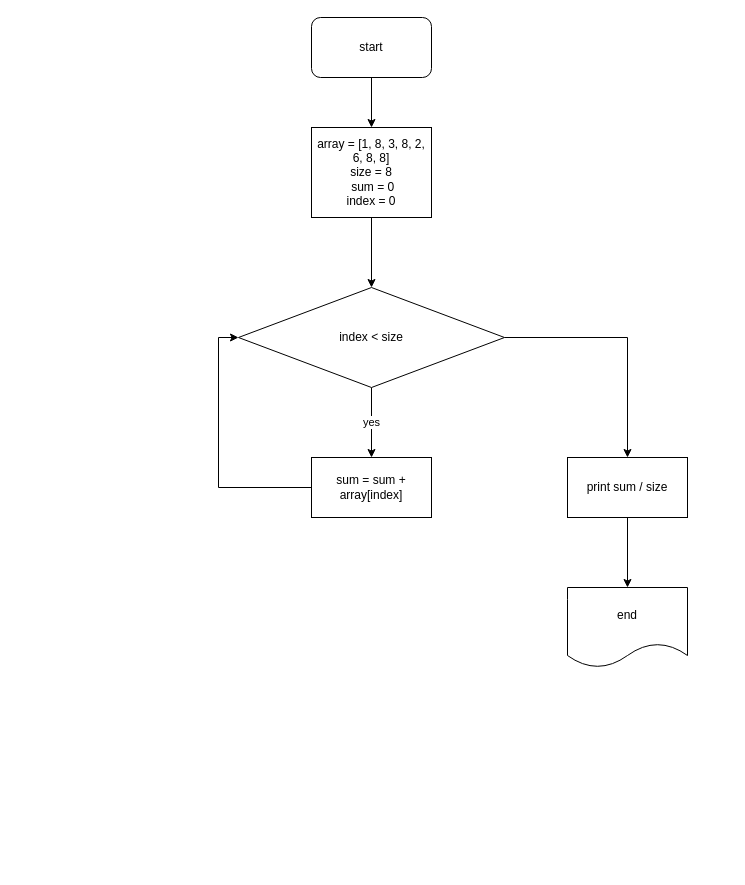
The draw.io diagram Диаграмма без названия.drawio in TheGreatKapybara/chat-gpt-bot, before the edit. Source tidied: cells renumbered, new cells numbered last; positions are measured from the earlier drawing's top-left corner, leaving out a move shared by most shapes. Both pictures are drawn from the tidied source at 100%, with x=0, y=0 at pixel (218, 17).
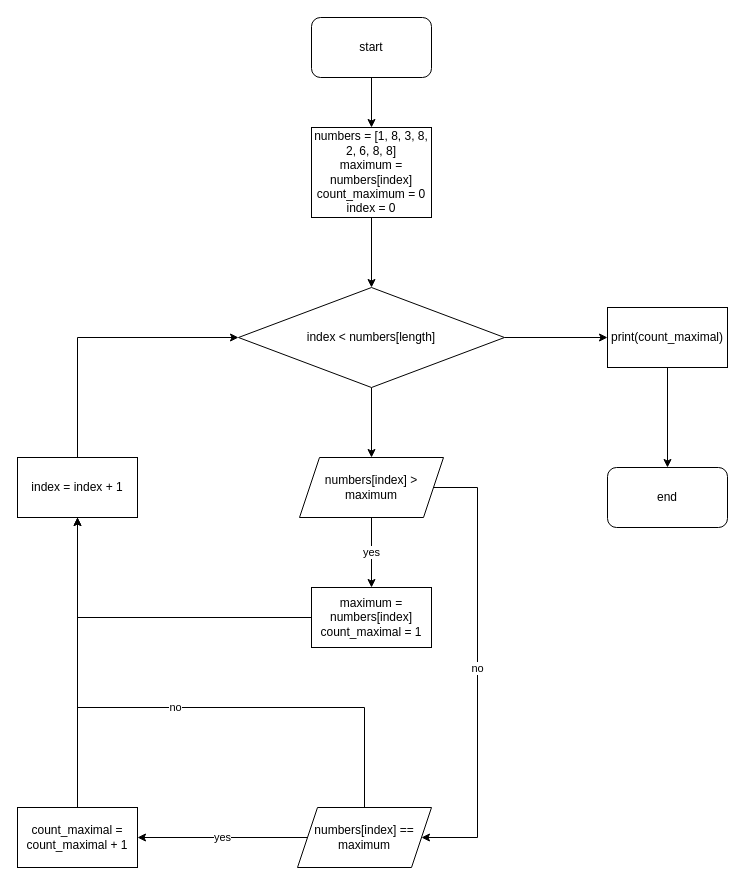
The same diagram, later.

The edit, as a diff of the source:
```diff
@@
-    <mxCell id="5" value="array =&amp;nbsp;[1, 8, 3, 8, 2, 6, 8, 8]&lt;br&gt;size = 8&lt;br&gt;&amp;nbsp;sum = 0&lt;br&gt;index = 0" style="rounded=0;whiteSpace=wrap;html=1;" parent="1" vertex="1">
+    <mxCell id="5" value="numbers =&amp;nbsp;[1, 8, 3, 8, 2, 6, 8, 8]&lt;br&gt;maximum = numbers[index]&lt;br&gt;count_maximum = 0&lt;br&gt;index = 0" style="rounded=0;whiteSpace=wrap;html=1;" parent="1" vertex="1">
       <mxGeometry x="93" y="110" width="120" height="90" as="geometry" />
     </mxCell>
-    <mxCell id="6" value="yes" style="edgeStyle=orthogonalEdgeStyle;rounded=0;jettySize=auto;html=1;" parent="1" edge="1" source="8" target="10">
-      <mxGeometry relative="1" as="geometry" />
-    </mxCell>
-    <mxCell id="7" style="edgeStyle=orthogonalEdgeStyle;rounded=0;jettySize=auto;html=1;" parent="1" edge="1" source="8" target="12">
-      <mxGeometry relative="1" as="geometry" />
-    </mxCell>
+    <mxCell id="14" style="edgeStyle=orthogonalEdgeStyle;rounded=0;jettySize=auto;html=1;entryX=0.5;entryY=0;entryDx=0;entryDy=0;" parent="1" edge="1" source="8" target="18">
+      <mxGeometry relative="1" as="geometry" />
+    </mxCell>
+    <mxCell id="15" style="edgeStyle=orthogonalEdgeStyle;rounded=0;jettySize=auto;html=1;entryX=0;entryY=0.5;entryDx=0;entryDy=0;" parent="1" edge="1" source="8" target="28">
+      <mxGeometry relative="1" as="geometry" />
+    </mxCell>
-    <mxCell id="8" value="index &amp;lt; size" style="rhombus;whiteSpace=wrap;html=1;" parent="1" vertex="1">
+    <mxCell id="8" value="index &amp;lt; numbers[length]" style="rhombus;whiteSpace=wrap;html=1;" parent="1" vertex="1">
       <mxGeometry x="20" y="270" width="266" height="100" as="geometry" />
     </mxCell>
-    <mxCell id="9" style="edgeStyle=orthogonalEdgeStyle;rounded=0;jettySize=auto;html=1;entryX=0;entryY=0.5;entryDx=0;entryDy=0;" parent="1" edge="1" source="10" target="8">
-      <mxGeometry relative="1" as="geometry">
-        <Array as="points">
-          <mxPoint y="470" />
-          <mxPoint y="320" />
-        </Array>
-      </mxGeometry>
-    </mxCell>
-    <mxCell id="10" value="sum = sum + array[index]" style="rounded=0;whiteSpace=wrap;html=1;" parent="1" vertex="1">
-      <mxGeometry x="93" y="440" width="120" height="60" as="geometry" />
-    </mxCell>
-    <mxCell id="11" style="edgeStyle=orthogonalEdgeStyle;rounded=0;jettySize=auto;html=1;" parent="1" edge="1" source="12" target="13">
-      <mxGeometry relative="1" as="geometry" />
-    </mxCell>
-    <mxCell id="12" value="print sum / size" style="rounded=0;whiteSpace=wrap;html=1;" parent="1" vertex="1">
-      <mxGeometry x="349" y="440" width="120" height="60" as="geometry" />
-    </mxCell>
+    <mxCell id="16" value="yes" style="edgeStyle=orthogonalEdgeStyle;rounded=0;jettySize=auto;html=1;entryX=0.5;entryY=0;entryDx=0;entryDy=0;" parent="1" edge="1" source="18" target="20">
+      <mxGeometry relative="1" as="geometry" />
+    </mxCell>
+    <mxCell id="17" value="no" style="edgeStyle=orthogonalEdgeStyle;rounded=0;jettySize=auto;html=1;" parent="1" edge="1" source="18" target="23">
+      <mxGeometry relative="1" as="geometry">
+        <Array as="points">
+          <mxPoint x="259" y="470" />
+          <mxPoint x="259" y="820" />
+        </Array>
+      </mxGeometry>
+    </mxCell>
+    <mxCell id="18" value="numbers[index] &amp;gt; maximum" style="shape=parallelogram;perimeter=parallelogramPerimeter;whiteSpace=wrap;html=1;fixedSize=1;" parent="1" vertex="1">
+      <mxGeometry x="81" y="440" width="144" height="60" as="geometry" />
+    </mxCell>
+    <mxCell id="19" style="edgeStyle=orthogonalEdgeStyle;rounded=0;jettySize=auto;html=1;entryX=0;entryY=0.5;entryDx=0;entryDy=0;" parent="1" edge="1" source="20" target="8">
+      <mxGeometry relative="1" as="geometry">
+        <Array as="points">
+          <mxPoint x="-141" y="600" />
+          <mxPoint x="-141" y="320" />
+        </Array>
+      </mxGeometry>
+    </mxCell>
+    <mxCell id="20" value="maximum = numbers[index]&lt;br&gt;count_maximal = 1" style="rounded=0;whiteSpace=wrap;html=1;" parent="1" vertex="1">
+      <mxGeometry x="93" y="570" width="120" height="60" as="geometry" />
+    </mxCell>
+    <mxCell id="21" value="yes" style="edgeStyle=orthogonalEdgeStyle;rounded=0;jettySize=auto;html=1;entryX=1;entryY=0.5;entryDx=0;entryDy=0;" parent="1" edge="1" source="23" target="25">
+      <mxGeometry relative="1" as="geometry" />
+    </mxCell>
+    <mxCell id="22" value="no" style="edgeStyle=orthogonalEdgeStyle;rounded=0;jettySize=auto;html=1;" parent="1" edge="1" source="23" target="26">
+      <mxGeometry relative="1" as="geometry">
+        <Array as="points">
+          <mxPoint x="146" y="690" />
+          <mxPoint x="-141" y="690" />
+        </Array>
+      </mxGeometry>
+    </mxCell>
+    <mxCell id="23" value="numbers[index] == maximum" style="shape=parallelogram;perimeter=parallelogramPerimeter;whiteSpace=wrap;html=1;fixedSize=1;" parent="1" vertex="1">
+      <mxGeometry x="79" y="790" width="134" height="60" as="geometry" />
+    </mxCell>
+    <mxCell id="24" style="edgeStyle=orthogonalEdgeStyle;rounded=0;jettySize=auto;html=1;" parent="1" edge="1" source="25" target="26">
+      <mxGeometry relative="1" as="geometry" />
+    </mxCell>
+    <mxCell id="25" value="count_maximal = count_maximal + 1" style="rounded=0;whiteSpace=wrap;html=1;" parent="1" vertex="1">
+      <mxGeometry x="-201" y="790" width="120" height="60" as="geometry" />
+    </mxCell>
+    <mxCell id="26" value="index = index + 1" style="rounded=0;whiteSpace=wrap;html=1;" parent="1" vertex="1">
+      <mxGeometry x="-201" y="440" width="120" height="60" as="geometry" />
+    </mxCell>
+    <mxCell id="27" style="edgeStyle=orthogonalEdgeStyle;rounded=0;jettySize=auto;html=1;" parent="1" edge="1" source="28" target="13">
+      <mxGeometry relative="1" as="geometry" />
+    </mxCell>
+    <mxCell id="28" value="print(count_maximal)" style="rounded=0;whiteSpace=wrap;html=1;" parent="1" vertex="1">
+      <mxGeometry x="389" y="290" width="120" height="60" as="geometry" />
+    </mxCell>
-    <mxCell id="13" value="end" style="shape=document;whiteSpace=wrap;html=1;boundedLbl=1;" parent="1" vertex="1">
-      <mxGeometry x="349" y="570" width="120" height="80" as="geometry" />
+    <mxCell id="13" value="end" style="rounded=1;whiteSpace=wrap;html=1;" parent="1" vertex="1">
+      <mxGeometry x="389" y="450" width="120" height="60" as="geometry" />
     </mxCell>
```
